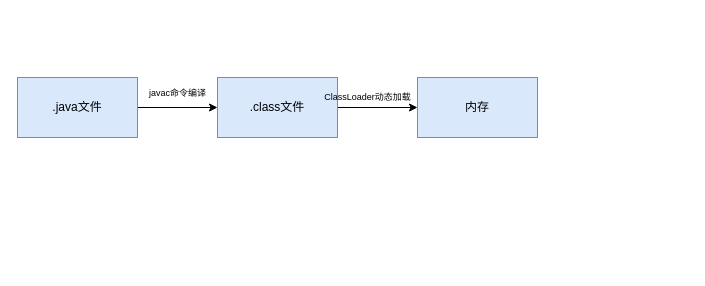
The draw.io diagram java基础.drawio in uldh/drawio_public, before the edit. Source tidied: cells renumbered, new cells numbered last; positions are measured from the earlier drawing's top-left corner, leaving out a move shared by most shapes. Both pictures are drawn from the tidied source at 100%, with x=0, y=0 at pixel (17, 77).
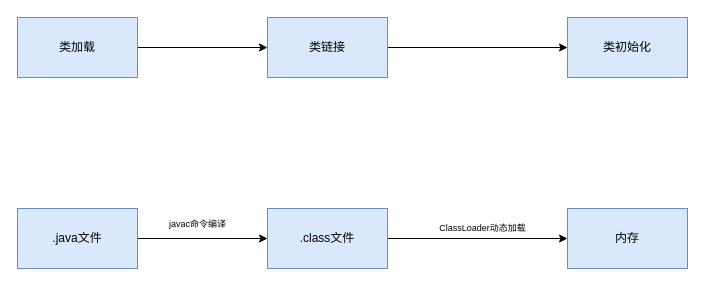
The same diagram, later.

Diff of the diagram source:
```diff
@@
 <mxGraphModel>
   <root>
     <mxCell id="0" />
     <mxCell id="1" parent="0" />
     <mxCell id="2" style="edgeStyle=orthogonalEdgeStyle;rounded=0;jettySize=auto;html=1;" parent="1" edge="1" source="3" target="5">
       <mxGeometry relative="1" as="geometry" />
     </mxCell>
     <mxCell id="3" value=".java文件" style="rounded=0;whiteSpace=wrap;html=1;fillColor=#dae8fc;strokeColor=#6c8ebf;" parent="1" vertex="1">
-      <mxGeometry width="120" height="60" as="geometry" />
+      <mxGeometry y="131" width="120" height="60" as="geometry" />
     </mxCell>
     <mxCell id="4" style="edgeStyle=orthogonalEdgeStyle;jettySize=auto;html=1;fontSize=9;fontColor=#000000;" parent="1" edge="1" source="5" target="7">
       <mxGeometry relative="1" as="geometry" />
     </mxCell>
     <mxCell id="5" value=".class文件" style="rounded=0;whiteSpace=wrap;html=1;fillColor=#dae8fc;strokeColor=#6c8ebf;" parent="1" vertex="1">
-      <mxGeometry x="200" width="120" height="60" as="geometry" />
+      <mxGeometry x="250" y="131" width="120" height="60" as="geometry" />
     </mxCell>
     <mxCell id="6" value="&lt;font style=&quot;font-size: 9px;&quot;&gt;&lt;span style=&quot;caret-color: rgba(255, 255, 255, 0.78); font-family: &amp;quot;Songti SC&amp;quot;;&quot;&gt;javac命令&lt;/span&gt;编译&lt;/font&gt;" style="text;html=1;strokeColor=none;fillColor=none;align=left;verticalAlign=middle;whiteSpace=wrap;rounded=0;" parent="1" vertex="1">
-      <mxGeometry x="130" width="60" height="30" as="geometry" />
+      <mxGeometry x="150" y="131" width="60" height="30" as="geometry" />
     </mxCell>
     <mxCell id="7" value="内存" style="rounded=0;whiteSpace=wrap;html=1;fillColor=#dae8fc;strokeColor=#6c8ebf;" parent="1" vertex="1">
-      <mxGeometry x="400" width="120" height="60" as="geometry" />
+      <mxGeometry x="550" y="131" width="120" height="60" as="geometry" />
     </mxCell>
     <mxCell id="8" value="ClassLoader动态加载&lt;br&gt;" style="text;html=1;align=center;verticalAlign=middle;strokeColor=none;fillColor=none;fontSize=9;fontColor=#000000;" parent="1" vertex="1">
-      <mxGeometry x="295" y="10" width="110" height="20" as="geometry" />
+      <mxGeometry x="410" y="141" width="110" height="20" as="geometry" />
     </mxCell>
+    <mxCell id="9" style="edgeStyle=orthogonalEdgeStyle;rounded=0;jettySize=auto;html=1;" parent="1" edge="1" source="10" target="12">
+      <mxGeometry relative="1" as="geometry" />
+    </mxCell>
+    <mxCell id="10" value="类加载" style="rounded=0;whiteSpace=wrap;html=1;fillColor=#dae8fc;strokeColor=#6c8ebf;" parent="1" vertex="1">
+      <mxGeometry y="-60" width="120" height="60" as="geometry" />
+    </mxCell>
+    <mxCell id="11" style="edgeStyle=orthogonalEdgeStyle;jettySize=auto;html=1;fontSize=9;fontColor=#000000;" parent="1" edge="1" source="12" target="13">
+      <mxGeometry relative="1" as="geometry" />
+    </mxCell>
+    <mxCell id="12" value="类链接" style="rounded=0;whiteSpace=wrap;html=1;fillColor=#dae8fc;strokeColor=#6c8ebf;" parent="1" vertex="1">
+      <mxGeometry x="250" y="-60" width="120" height="60" as="geometry" />
+    </mxCell>
+    <mxCell id="13" value="类初始化" style="rounded=0;whiteSpace=wrap;html=1;fillColor=#dae8fc;strokeColor=#6c8ebf;" parent="1" vertex="1">
+      <mxGeometry x="550" y="-60" width="120" height="60" as="geometry" />
+    </mxCell>
   </root>
 </mxGraphModel>
```
